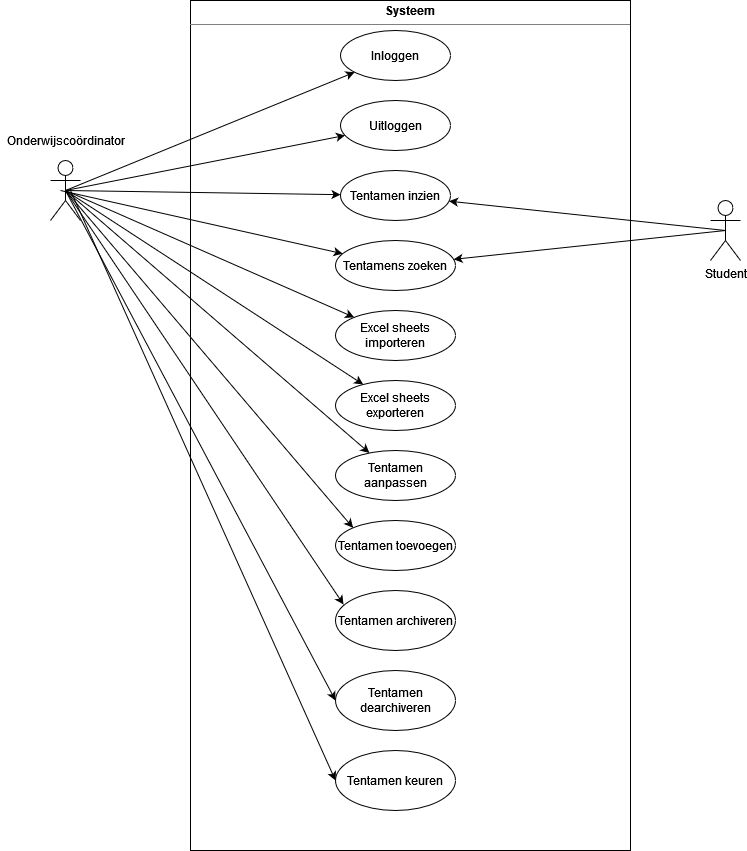
This is docs/modellen/use_case_diagram.drawio.png from HU-SD-V2PRFED-studenten-2122/prfed-2122-team-t, a draw.io export, as it was before one commit. Source tidied: cells renumbered, new cells last; positions are measured from the earlier drawing's top-left corner, leaving out a move shared by most shapes.
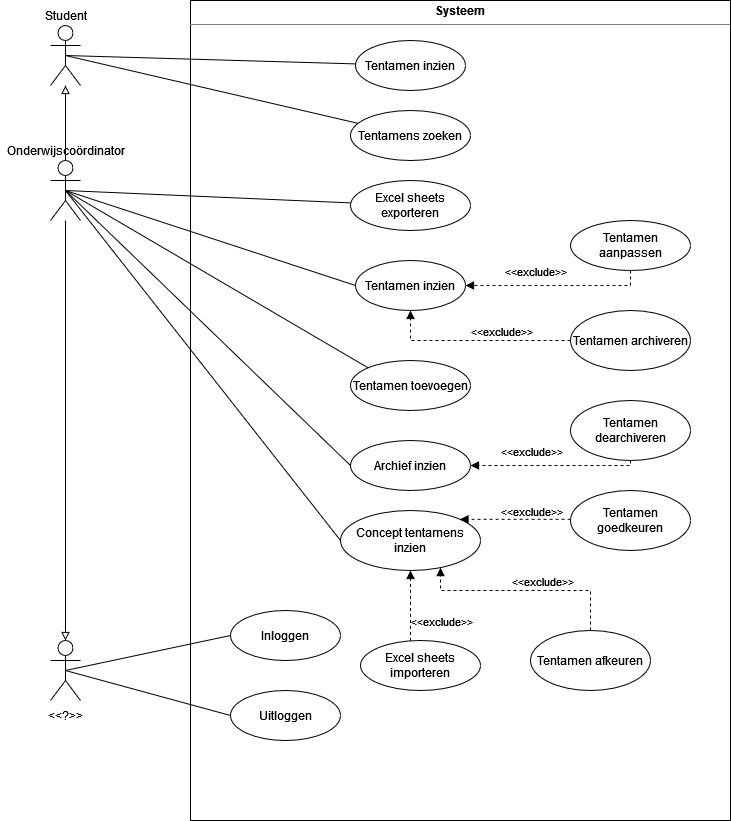
After the commit.

The edit, as a diff of the source:
```diff
@@ -3,92 +3,167 @@
     <mxCell id="0" />
     <mxCell id="1" parent="0" />
     <mxCell id="2" value="&lt;p style=&quot;margin: 0px ; margin-top: 4px ; text-align: center&quot;&gt;&lt;b&gt;Systeem&lt;/b&gt;&lt;br&gt;&lt;/p&gt;&lt;hr size=&quot;1&quot;&gt;&lt;div style=&quot;height: 2px&quot;&gt;&lt;/div&gt;" style="verticalAlign=top;align=left;overflow=fill;fontSize=12;fontFamily=Helvetica;html=1;" parent="1" vertex="1">
-      <mxGeometry x="190" width="440" height="850" as="geometry" />
+      <mxGeometry x="190" width="540" height="820" as="geometry" />
     </mxCell>
-    <mxCell id="3" value="Student" style="shape=umlActor;verticalLabelPosition=bottom;verticalAlign=top;html=1;" parent="1" vertex="1">
-      <mxGeometry x="710" y="200" width="30" height="60" as="geometry" />
+    <mxCell id="3" style="shape=umlActor;verticalLabelPosition=bottom;verticalAlign=top;html=1;" parent="1" vertex="1">
+      <mxGeometry x="50" y="25" width="30" height="60" as="geometry" />
     </mxCell>
+    <mxCell id="30" style="edgeStyle=orthogonalEdgeStyle;rounded=0;jettySize=auto;html=1;endArrow=block;endFill=0;" parent="1" edge="1" source="4" target="3">
+      <mxGeometry relative="1" as="geometry" />
+    </mxCell>
+    <mxCell id="31" style="edgeStyle=orthogonalEdgeStyle;rounded=0;jettySize=auto;html=1;endArrow=block;endFill=0;" parent="1" edge="1" source="4" target="43">
+      <mxGeometry relative="1" as="geometry" />
+    </mxCell>
     <mxCell id="4" style="shape=umlActor;verticalLabelPosition=bottom;verticalAlign=top;html=1;" parent="1" vertex="1">
       <mxGeometry x="50" y="160" width="30" height="60" as="geometry" />
     </mxCell>
     <mxCell id="5" value="Inloggen" style="ellipse;whiteSpace=wrap;html=1;" parent="1" vertex="1">
-      <mxGeometry x="340" y="30" width="110" height="50" as="geometry" />
+      <mxGeometry x="230" y="610" width="110" height="50" as="geometry" />
     </mxCell>
     <mxCell id="6" value="Uitloggen" style="ellipse;whiteSpace=wrap;html=1;" parent="1" vertex="1">
-      <mxGeometry x="340" y="100" width="110" height="50" as="geometry" />
+      <mxGeometry x="230" y="690" width="110" height="50" as="geometry" />
     </mxCell>
     <mxCell id="7" value="Tentamen inzien" style="ellipse;whiteSpace=wrap;html=1;" parent="1" vertex="1">
-      <mxGeometry x="340" y="170" width="110" height="50" as="geometry" />
+      <mxGeometry x="355" y="40" width="110" height="50" as="geometry" />
     </mxCell>
     <mxCell id="8" value="Tentamens zoeken" style="ellipse;whiteSpace=wrap;html=1;" parent="1" vertex="1">
-      <mxGeometry x="335" y="240" width="120" height="50" as="geometry" />
+      <mxGeometry x="350" y="110" width="120" height="50" as="geometry" />
     </mxCell>
+    <mxCell id="32" style="edgeStyle=orthogonalEdgeStyle;rounded=0;jettySize=auto;html=1;dashed=1;endArrow=block;endFill=1;" parent="1" edge="1" source="9" target="50">
+      <mxGeometry relative="1" as="geometry">
+        <Array as="points">
+          <mxPoint x="410" y="620" />
+          <mxPoint x="410" y="620" />
+        </Array>
+      </mxGeometry>
+    </mxCell>
     <mxCell id="9" value="Excel sheets importeren" style="ellipse;whiteSpace=wrap;html=1;" parent="1" vertex="1">
-      <mxGeometry x="335" y="310" width="120" height="50" as="geometry" />
+      <mxGeometry x="360" y="640" width="120" height="50" as="geometry" />
     </mxCell>
     <mxCell id="10" value="&lt;div&gt;Excel sheets exporteren&lt;/div&gt;" style="ellipse;whiteSpace=wrap;html=1;" parent="1" vertex="1">
-      <mxGeometry x="335" y="380" width="120" height="50" as="geometry" />
+      <mxGeometry x="350" y="180" width="120" height="50" as="geometry" />
     </mxCell>
+    <mxCell id="33" style="edgeStyle=orthogonalEdgeStyle;rounded=0;jettySize=auto;html=1;entryX=0.5;entryY=1;entryDx=0;entryDy=0;endArrow=block;endFill=1;dashed=1;" parent="1" edge="1" source="11" target="47">
+      <mxGeometry relative="1" as="geometry" />
+    </mxCell>
     <mxCell id="11" value="Tentamen archiveren" style="ellipse;whiteSpace=wrap;html=1;" parent="1" vertex="1">
-      <mxGeometry x="335" y="590" width="120" height="60" as="geometry" />
+      <mxGeometry x="570" y="310" width="120" height="60" as="geometry" />
     </mxCell>
+    <mxCell id="34" style="edgeStyle=orthogonalEdgeStyle;rounded=0;jettySize=auto;html=1;endArrow=block;endFill=1;dashed=1;" parent="1" edge="1" source="12" target="47">
+      <mxGeometry relative="1" as="geometry">
+        <Array as="points">
+          <mxPoint x="630" y="285" />
+        </Array>
+      </mxGeometry>
+    </mxCell>
+    <mxCell id="35" value="&amp;lt;&amp;lt;exclude&amp;gt;&amp;gt;" style="edgeLabel;html=1;align=center;verticalAlign=middle;" parent="34" vertex="1">
+      <mxGeometry x="0.23" y="4" relative="1" as="geometry">
+        <mxPoint y="-19" as="offset" />
+      </mxGeometry>
+    </mxCell>
     <mxCell id="12" value="Tentamen aanpassen" style="ellipse;whiteSpace=wrap;html=1;" parent="1" vertex="1">
-      <mxGeometry x="335" y="450" width="120" height="50" as="geometry" />
+      <mxGeometry x="570" y="220" width="120" height="50" as="geometry" />
     </mxCell>
     <mxCell id="13" value="Tentamen toevoegen" style="ellipse;whiteSpace=wrap;html=1;" parent="1" vertex="1">
-      <mxGeometry x="335" y="520" width="120" height="50" as="geometry" />
+      <mxGeometry x="350" y="360" width="120" height="50" as="geometry" />
     </mxCell>
-    <mxCell id="14" style="endArrow=classic;html=1;rounded=0;exitX=0.5;exitY=0.5;exitDx=0;exitDy=0;exitPerimeter=0;" parent="1" edge="1" source="4" target="9">
-      <mxGeometry relative="1" as="geometry" />
-    </mxCell>
-    <mxCell id="15" style="endArrow=classic;html=1;rounded=0;exitX=0.5;exitY=0.5;exitDx=0;exitDy=0;exitPerimeter=0;" parent="1" edge="1" source="4" target="5">
-      <mxGeometry relative="1" as="geometry" />
-    </mxCell>
-    <mxCell id="16" style="endArrow=classic;html=1;rounded=0;exitX=0.5;exitY=0.5;exitDx=0;exitDy=0;exitPerimeter=0;" parent="1" edge="1" source="4" target="6">
-      <mxGeometry relative="1" as="geometry" />
-    </mxCell>
-    <mxCell id="17" style="endArrow=classic;html=1;rounded=0;exitX=0.5;exitY=0.5;exitDx=0;exitDy=0;exitPerimeter=0;" parent="1" edge="1" source="4" target="7">
-      <mxGeometry relative="1" as="geometry" />
-    </mxCell>
-    <mxCell id="18" style="endArrow=classic;html=1;rounded=0;" parent="1" edge="1" target="8">
-      <mxGeometry relative="1" as="geometry">
-        <mxPoint x="60" y="190" as="sourcePoint" />
-      </mxGeometry>
-    </mxCell>
-    <mxCell id="19" style="endArrow=classic;html=1;rounded=0;exitX=0.5;exitY=0.5;exitDx=0;exitDy=0;exitPerimeter=0;" parent="1" edge="1" source="3" target="8">
+    <mxCell id="19" style="endArrow=none;html=1;rounded=0;exitX=0.5;exitY=0.5;exitDx=0;exitDy=0;exitPerimeter=0;endFill=0;" parent="1" edge="1" source="3" target="8">
       <mxGeometry relative="1" as="geometry" />
     </mxCell>
-    <mxCell id="20" style="endArrow=classic;html=1;rounded=0;exitX=0.5;exitY=0.5;exitDx=0;exitDy=0;exitPerimeter=0;" parent="1" edge="1" source="3" target="7">
+    <mxCell id="20" style="endArrow=none;html=1;rounded=0;exitX=0.5;exitY=0.5;exitDx=0;exitDy=0;exitPerimeter=0;endFill=0;" parent="1" edge="1" source="3" target="7">
       <mxGeometry relative="1" as="geometry" />
     </mxCell>
-    <mxCell id="21" style="endArrow=classic;html=1;rounded=0;exitX=0.5;exitY=0.5;exitDx=0;exitDy=0;exitPerimeter=0;" parent="1" edge="1" source="4" target="10">
+    <mxCell id="21" style="endArrow=none;html=1;rounded=0;exitX=0.5;exitY=0.5;exitDx=0;exitDy=0;exitPerimeter=0;endFill=0;" parent="1" edge="1" source="4" target="10">
       <mxGeometry relative="1" as="geometry" />
     </mxCell>
-    <mxCell id="22" style="endArrow=classic;html=1;rounded=0;exitX=0.5;exitY=0.5;exitDx=0;exitDy=0;exitPerimeter=0;" parent="1" edge="1" source="4" target="12">
-      <mxGeometry relative="1" as="geometry" />
-    </mxCell>
-    <mxCell id="23" style="endArrow=classic;html=1;rounded=0;exitX=0.5;exitY=0.5;exitDx=0;exitDy=0;exitPerimeter=0;entryX=0;entryY=0;entryDx=0;entryDy=0;" parent="1" edge="1" source="4" target="13">
+    <mxCell id="23" style="endArrow=none;html=1;rounded=0;exitX=0.5;exitY=0.5;exitDx=0;exitDy=0;exitPerimeter=0;entryX=0;entryY=0;entryDx=0;entryDy=0;endFill=0;" parent="1" edge="1" source="4" target="13">
       <mxGeometry relative="1" as="geometry" />
     </mxCell>
-    <mxCell id="24" style="endArrow=classic;html=1;rounded=0;exitX=0.5;exitY=0.5;exitDx=0;exitDy=0;exitPerimeter=0;entryX=0.067;entryY=0.233;entryDx=0;entryDy=0;entryPerimeter=0;" parent="1" edge="1" source="4" target="11">
-      <mxGeometry relative="1" as="geometry" />
-    </mxCell>
     <mxCell id="25" value="Onderwijscoördinator" style="text;html=1;align=center;verticalAlign=middle;strokeColor=none;fillColor=none;" parent="1" vertex="1">
-      <mxGeometry y="130" width="130" height="20" as="geometry" />
+      <mxGeometry y="140" width="130" height="20" as="geometry" />
     </mxCell>
+    <mxCell id="36" style="edgeStyle=orthogonalEdgeStyle;rounded=0;jettySize=auto;html=1;dashed=1;endArrow=block;endFill=1;" parent="1" edge="1" source="26" target="53">
+      <mxGeometry relative="1" as="geometry">
+        <Array as="points">
+          <mxPoint x="630" y="465" />
+        </Array>
+      </mxGeometry>
+    </mxCell>
+    <mxCell id="37" value="&amp;lt;&amp;lt;exclude&amp;gt;&amp;gt;" style="edgeLabel;html=1;align=center;verticalAlign=middle;" parent="36" vertex="1">
+      <mxGeometry x="0.3" y="-3" relative="1" as="geometry">
+        <mxPoint x="2" y="-12" as="offset" />
+      </mxGeometry>
+    </mxCell>
     <mxCell id="26" value="Tentamen dearchiveren" style="ellipse;whiteSpace=wrap;html=1;" parent="1" vertex="1">
-      <mxGeometry x="335" y="670" width="120" height="60" as="geometry" />
+      <mxGeometry x="570" y="400" width="120" height="60" as="geometry" />
     </mxCell>
+    <mxCell id="38" style="edgeStyle=orthogonalEdgeStyle;rounded=0;jettySize=auto;html=1;dashed=1;endArrow=block;endFill=1;entryX=1;entryY=0;entryDx=0;entryDy=0;" parent="1" edge="1" source="27" target="50">
+      <mxGeometry relative="1" as="geometry">
+        <Array as="points">
+          <mxPoint x="630" y="519" />
+        </Array>
+      </mxGeometry>
+    </mxCell>
-    <mxCell id="27" value="Tentamen keuren" style="ellipse;whiteSpace=wrap;html=1;" parent="1" vertex="1">
-      <mxGeometry x="335" y="750" width="120" height="60" as="geometry" />
+    <mxCell id="27" value="Tentamen goedkeuren" style="ellipse;whiteSpace=wrap;html=1;" parent="1" vertex="1">
+      <mxGeometry x="570" y="490" width="120" height="60" as="geometry" />
     </mxCell>
-    <mxCell id="28" style="endArrow=classic;html=1;rounded=0;exitX=0.5;exitY=0.5;exitDx=0;exitDy=0;exitPerimeter=0;entryX=0;entryY=0.5;entryDx=0;entryDy=0;" parent="1" edge="1" source="4" target="26">
-      <mxGeometry relative="1" as="geometry" />
-    </mxCell>
-    <mxCell id="29" style="endArrow=classic;html=1;rounded=0;entryX=0;entryY=0.5;entryDx=0;entryDy=0;" parent="1" edge="1" target="27">
-      <mxGeometry relative="1" as="geometry">
-        <mxPoint x="70" y="190" as="sourcePoint" />
-      </mxGeometry>
-    </mxCell>
+    <mxCell id="39" style="edgeStyle=orthogonalEdgeStyle;rounded=0;jettySize=auto;html=1;dashed=1;endArrow=block;endFill=1;" parent="1" edge="1" source="41" target="50">
+      <mxGeometry relative="1" as="geometry">
+        <Array as="points">
+          <mxPoint x="590" y="590" />
+          <mxPoint x="440" y="590" />
+        </Array>
+      </mxGeometry>
+    </mxCell>
+    <mxCell id="40" value="&amp;lt;&amp;lt;exclude&amp;gt;&amp;gt;" style="edgeLabel;html=1;align=center;verticalAlign=middle;" parent="39" vertex="1">
+      <mxGeometry x="0.06" y="-2" relative="1" as="geometry">
+        <mxPoint x="24" y="-8" as="offset" />
+      </mxGeometry>
+    </mxCell>
+    <mxCell id="41" value="Tentamen afkeuren" style="ellipse;whiteSpace=wrap;html=1;" parent="1" vertex="1">
+      <mxGeometry x="530" y="630" width="120" height="60" as="geometry" />
+    </mxCell>
+    <mxCell id="42" value="Student" style="text;html=1;align=center;verticalAlign=middle;strokeColor=none;fillColor=none;" parent="1" vertex="1">
+      <mxGeometry x="35" y="5" width="60" height="20" as="geometry" />
+    </mxCell>
+    <mxCell id="43" style="shape=umlActor;verticalLabelPosition=bottom;verticalAlign=top;html=1;" parent="1" vertex="1">
+      <mxGeometry x="50" y="640" width="30" height="60" as="geometry" />
+    </mxCell>
+    <mxCell id="44" value="&amp;lt;&amp;lt;?&amp;gt;&amp;gt;" style="text;html=1;align=center;verticalAlign=middle;strokeColor=none;fillColor=none;" parent="1" vertex="1">
+      <mxGeometry x="40" y="705" width="50" height="20" as="geometry" />
+    </mxCell>
+    <mxCell id="45" style="endArrow=none;html=1;rounded=0;entryX=0;entryY=0.5;entryDx=0;entryDy=0;exitX=0.5;exitY=0.5;exitDx=0;exitDy=0;exitPerimeter=0;endFill=0;" parent="1" edge="1" source="43" target="5">
+      <mxGeometry relative="1" as="geometry" />
+    </mxCell>
+    <mxCell id="46" style="endArrow=none;html=1;rounded=0;entryX=0;entryY=0.5;entryDx=0;entryDy=0;exitX=0.5;exitY=0.5;exitDx=0;exitDy=0;exitPerimeter=0;endFill=0;" parent="1" edge="1" source="43" target="6">
+      <mxGeometry relative="1" as="geometry" />
+    </mxCell>
+    <mxCell id="47" value="Tentamen inzien" style="ellipse;whiteSpace=wrap;html=1;" parent="1" vertex="1">
+      <mxGeometry x="355" y="260" width="110" height="50" as="geometry" />
+    </mxCell>
+    <mxCell id="48" style="endArrow=none;html=1;rounded=0;exitX=0.5;exitY=0.5;exitDx=0;exitDy=0;exitPerimeter=0;entryX=0;entryY=0.5;entryDx=0;entryDy=0;endFill=0;" parent="1" edge="1" source="4" target="47">
+      <mxGeometry relative="1" as="geometry" />
+    </mxCell>
+    <mxCell id="49" value="&amp;lt;&amp;lt;exclude&amp;gt;&amp;gt;" style="edgeLabel;html=1;align=center;verticalAlign=middle;" parent="1" vertex="1">
+      <mxGeometry x="500" y="330" as="geometry" />
+    </mxCell>
+    <mxCell id="50" value="Concept tentamens inzien" style="ellipse;whiteSpace=wrap;html=1;" parent="1" vertex="1">
+      <mxGeometry x="340" y="510" width="140" height="60" as="geometry" />
+    </mxCell>
+    <mxCell id="51" style="endArrow=none;html=1;rounded=0;exitX=0.5;exitY=0.5;exitDx=0;exitDy=0;exitPerimeter=0;endFill=0;entryX=0;entryY=0.5;entryDx=0;entryDy=0;" parent="1" edge="1" source="4" target="50">
+      <mxGeometry relative="1" as="geometry" />
+    </mxCell>
+    <mxCell id="52" value="&amp;lt;&amp;lt;exclude&amp;gt;&amp;gt;" style="edgeLabel;html=1;align=center;verticalAlign=middle;" parent="1" vertex="1">
+      <mxGeometry x="530" y="510" as="geometry" />
+    </mxCell>
+    <mxCell id="53" value="Archief inzien" style="ellipse;whiteSpace=wrap;html=1;" parent="1" vertex="1">
+      <mxGeometry x="350" y="440" width="120" height="50" as="geometry" />
+    </mxCell>
+    <mxCell id="54" style="endArrow=none;html=1;rounded=0;exitX=0.5;exitY=0.5;exitDx=0;exitDy=0;exitPerimeter=0;entryX=0;entryY=0.5;entryDx=0;entryDy=0;endFill=0;" parent="1" edge="1" source="4" target="53">
+      <mxGeometry relative="1" as="geometry" />
+    </mxCell>
+    <mxCell id="55" value="&amp;lt;&amp;lt;exclude&amp;gt;&amp;gt;" style="edgeLabel;html=1;align=center;verticalAlign=middle;" parent="1" vertex="1">
+      <mxGeometry x="440" y="620" as="geometry" />
+    </mxCell>
   </root>
 </mxGraphModel>
```
